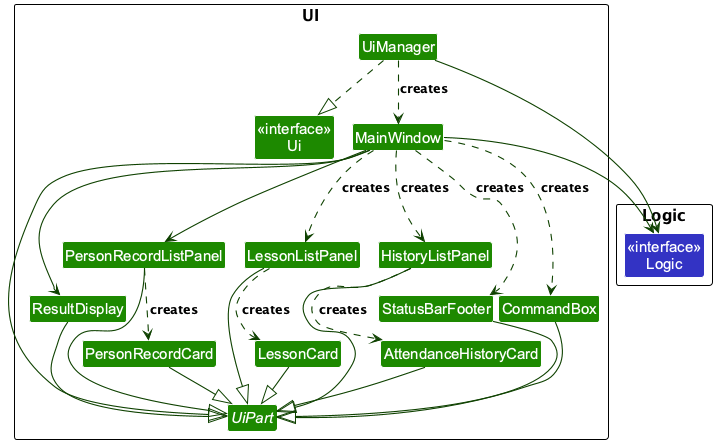
Above: docs/images/UiClassDiagram.png in AY2627S1-CS2103T-F13-3/tp (PlantUML), before the change.
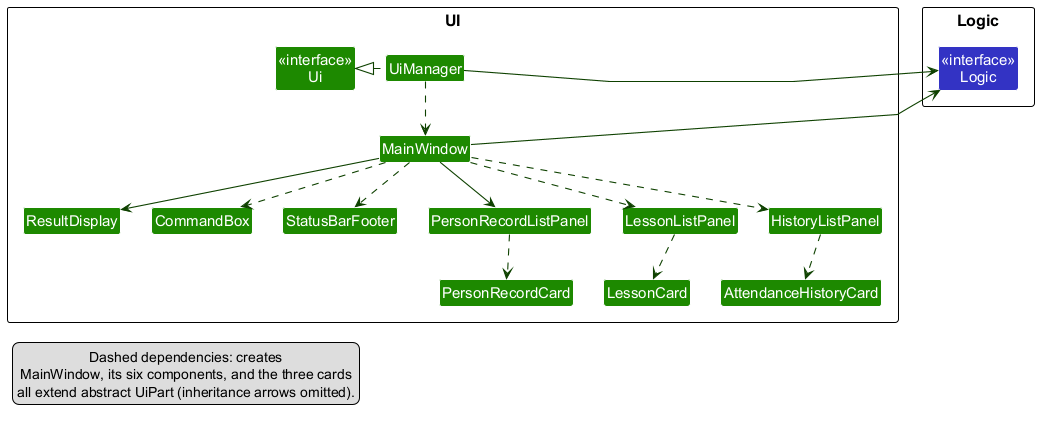
After the commit.

Commit message:
Simplify the UI class diagram

Change to the diagram source:
```diff
@@ -1,54 +1,49 @@
 @startuml
-!pragma layout smetana
 !include style.puml
 skinparam arrowThickness 1.1
 skinparam arrowColor UI_COLOR_T4
 skinparam classBackgroundColor UI_COLOR
-skinparam nodesep 25
-skinparam ranksep 40
+skinparam nodesep 30
+skinparam ranksep 45
+skinparam linetype polyline
 
 package UI as UiPackage {
     class "<<interface>>\nUi" as UiApi
-    abstract class UiPart
     class UiManager
     class MainWindow
     class ResultDisplay
+    class CommandBox
+    class StatusBarFooter
     class PersonRecordListPanel
+    class LessonListPanel
+    class HistoryListPanel
     class PersonRecordCard
-    class LessonListPanel
     class LessonCard
-    class HistoryListPanel
     class AttendanceHistoryCard
-    class StatusBarFooter
-    class CommandBox
 }
 package Logic as LogicPackage {
     class "<<interface>>\nLogic" as LogicApi LOGIC_COLOR
 }
 
-UiManager ..|> UiApi
-UiManager ..> MainWindow : creates
-UiManager --> LogicApi
-MainWindow --> LogicApi
+UiManager .left.|> UiApi
+UiManager .down.> MainWindow
+UiManager -[norank]-> LogicApi
+MainWindow -[norank]-> LogicApi
+
 MainWindow --> ResultDisplay
+MainWindow ..> CommandBox
+MainWindow ..> StatusBarFooter
 MainWindow --> PersonRecordListPanel
-MainWindow ..> CommandBox : creates
-MainWindow ..> LessonListPanel : creates
-MainWindow ..> HistoryListPanel : creates
-MainWindow ..> StatusBarFooter : creates
+MainWindow ..> LessonListPanel
+MainWindow ..> HistoryListPanel
 
-PersonRecordListPanel ..> PersonRecordCard : creates
-LessonListPanel ..> LessonCard : creates
-HistoryListPanel ..> AttendanceHistoryCard : creates
+PersonRecordListPanel ..> PersonRecordCard
+LessonListPanel ..> LessonCard
+HistoryListPanel ..> AttendanceHistoryCard
 
-MainWindow --|> UiPart
-ResultDisplay --|> UiPart
-CommandBox --|> UiPart
-PersonRecordListPanel --|> UiPart
-PersonRecordCard --|> UiPart
-LessonListPanel --|> UiPart
-LessonCard --|> UiPart
-HistoryListPanel --|> UiPart
-AttendanceHistoryCard --|> UiPart
-StatusBarFooter --|> UiPart
+legend bottom left
+  Dashed dependencies: creates
+  MainWindow, its six components, and the three cards
+  all extend abstract UiPart (inheritance arrows omitted).
+endlegend
 @enduml
```
